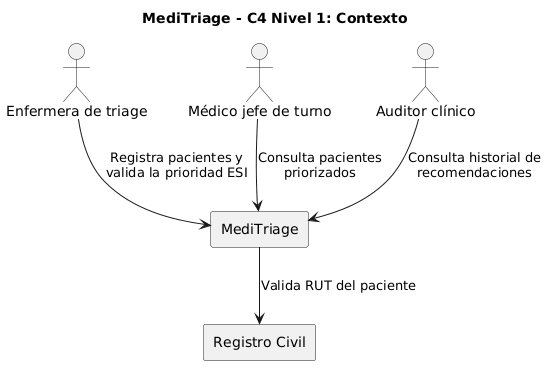
This is docs/c4/l1-context.png from constanzavaldiviadiaz-svg/meditriage, a PlantUML export, as it was before one commit.
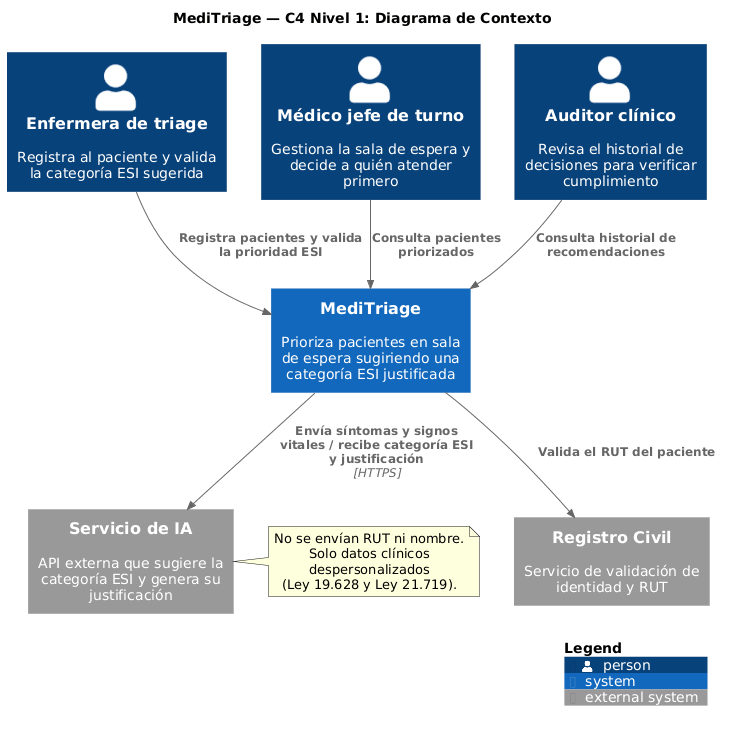
After the commit.

Commit message:
docs: aplica notacion C4 y agrega el servicio de IA al nivel 1

Reemplaza PlantUML generico (actor, rectangle) por la libreria C4, de
modo que el sistema propio y los sistemas externos se distingan
visualmente, que es el proposito del nivel 1.

Agrega el Servicio de IA como sistema externo, decision tomada en el
ADR 0002, con una nota sobre la despersonalizacion exigida por la Ley
19.628: al servicio no se envian RUT ni nombre.

Regenera el PNG a partir de la fuente corregida.

What changed in the source:
```diff
@@ -1,16 +1,29 @@
 @startuml
-title MediTriage - C4 Nivel 1: Contexto
+!include <C4/C4_Context>
 
-actor "Enfermera de triage" as enfermera
-actor "Médico jefe de turno" as medico
-actor "Auditor clínico" as auditor
+title MediTriage — C4 Nivel 1: Diagrama de Contexto
 
-rectangle "MediTriage" as meditriage
-rectangle "Registro Civil" as registro
+Person(enfermera, "Enfermera de triage", "Registra al paciente y valida la categoría ESI sugerida")
+Person(medico, "Médico jefe de turno", "Gestiona la sala de espera y decide a quién atender primero")
+Person(auditor, "Auditor clínico", "Revisa el historial de decisiones para verificar cumplimiento")
 
-enfermera --> meditriage : Registra pacientes y\nvalida la prioridad ESI
-medico --> meditriage : Consulta pacientes\npriorizados
-auditor --> meditriage : Consulta historial de\nrecomendaciones
+System(meditriage, "MediTriage", "Prioriza pacientes en sala de espera sugiriendo una categoría ESI justificada")
 
-meditriage --> registro : Valida RUT del paciente
+System_Ext(registro, "Registro Civil", "Servicio de validación de identidad y RUT")
+System_Ext(ia, "Servicio de IA", "API externa que sugiere la categoría ESI y genera su justificación")
+
+Rel(enfermera, meditriage, "Registra pacientes y valida la prioridad ESI")
+Rel(medico, meditriage, "Consulta pacientes priorizados")
+Rel(auditor, meditriage, "Consulta historial de recomendaciones")
+
+Rel(meditriage, registro, "Valida el RUT del paciente")
+Rel(meditriage, ia, "Envía síntomas y signos vitales / recibe categoría ESI y justificación", "HTTPS")
+
+note right of ia
+  No se envían RUT ni nombre.
+  Solo datos clínicos despersonalizados
+  (Ley 19.628 y Ley 21.719).
+end note
+
+SHOW_LEGEND()
 @enduml
```
